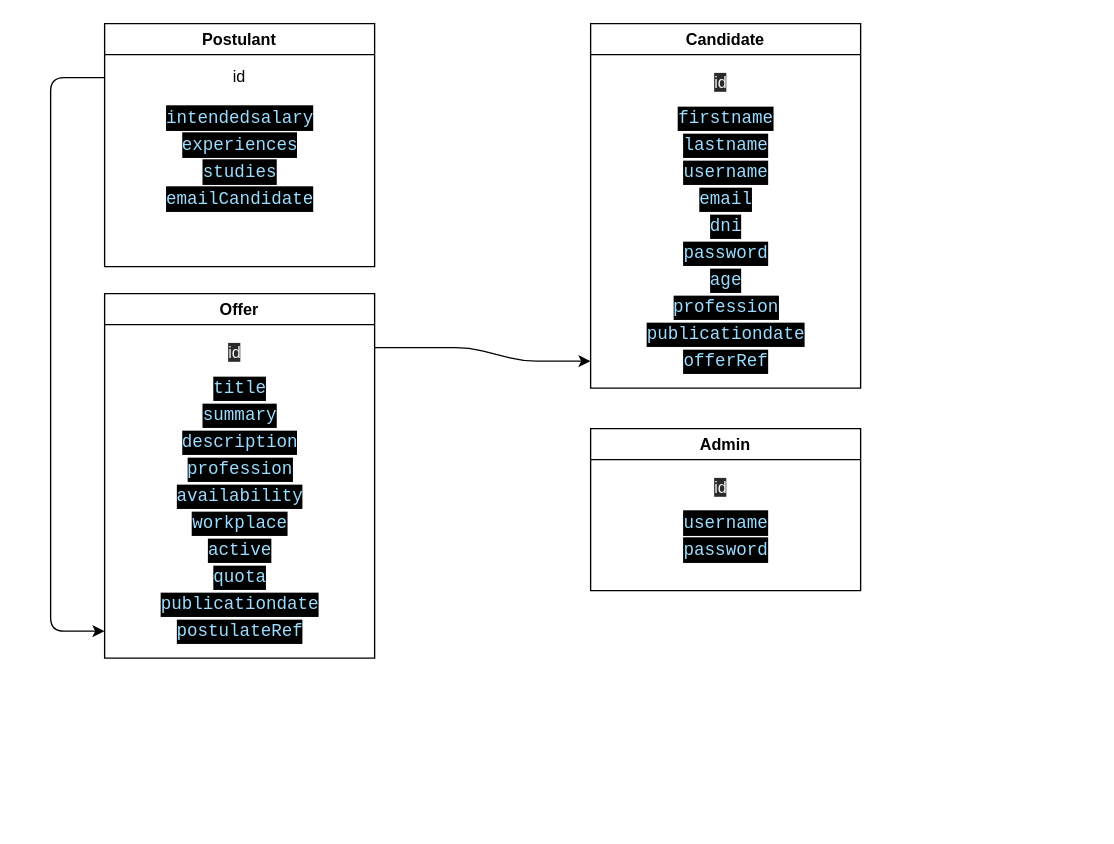
Earlier version of the draw.io diagram backend/models.drawio (gcpadilla/rc-fullstack-8d-final-jobs). Source tidied: cells renumbered, new cells numbered last; positions are measured from the earlier drawing's top-left corner, leaving out a move shared by most shapes. Both pictures are drawn from the tidied source at 135%, with x=0, y=0 at pixel (50, 23).
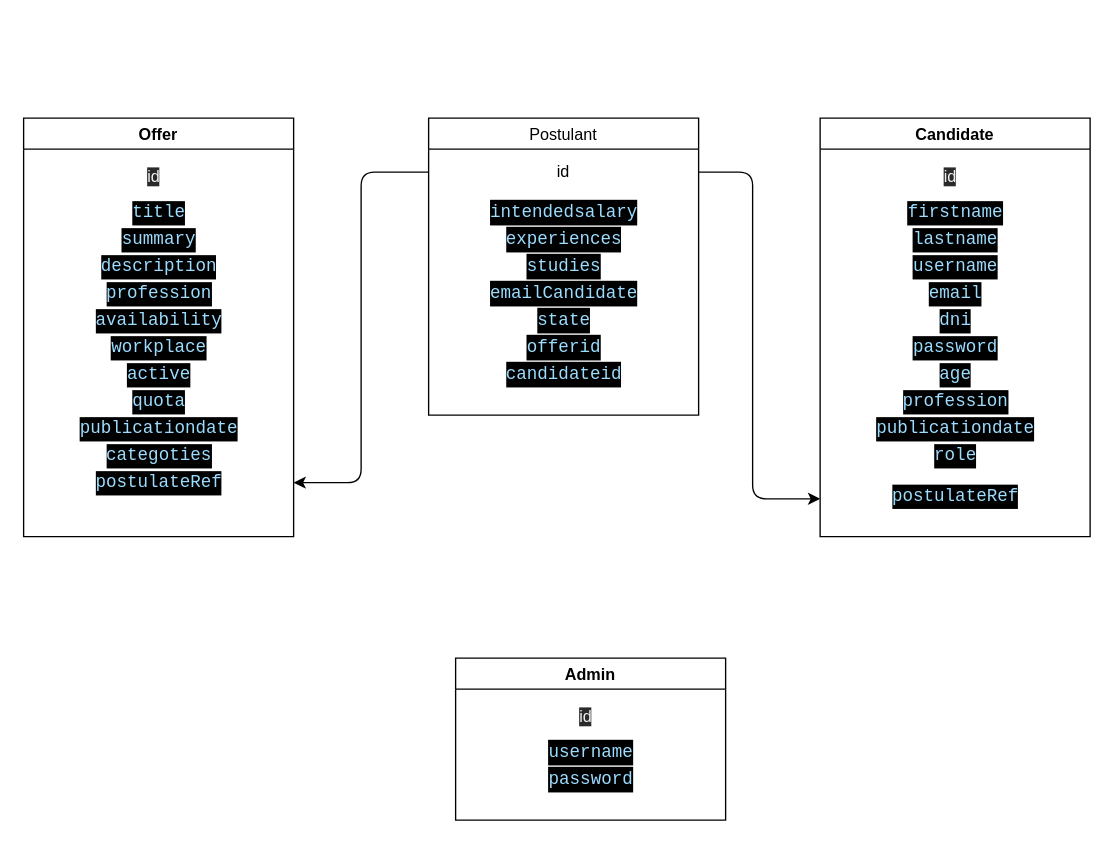
Above is the later version.

Diff of the diagram source:
```diff
@@
     <mxCell id="2" value="Offer" style="swimlane;" parent="1" vertex="1">
-      <mxGeometry x="40" y="200" width="200" height="270" as="geometry" />
+      <mxGeometry x="-20" y="70" width="200" height="310" as="geometry" />
     </mxCell>
@@
     <mxCell id="13" value="&lt;div style=&quot;color: rgb(255 , 255 , 255) ; background-color: rgb(0 , 0 , 0) ; font-family: &amp;#34;fira code retina&amp;#34; , &amp;#34;consolas&amp;#34; , &amp;#34;courier new&amp;#34; , monospace ; font-size: 13px ; line-height: 18px&quot;&gt;&lt;span style=&quot;color: #9cdcfe&quot;&gt;postulateRef&lt;/span&gt;&lt;/div&gt;" style="text;html=1;align=center;verticalAlign=middle;" parent="2" vertex="1">
-      <mxGeometry x="45" y="240" width="110" height="20" as="geometry" />
+      <mxGeometry x="45" y="260" width="110" height="20" as="geometry" />
     </mxCell>
+    <mxCell id="38" value="&lt;div style=&quot;color: rgb(255 , 255 , 255) ; background-color: rgb(0 , 0 , 0) ; font-family: &amp;#34;fira code retina&amp;#34; , &amp;#34;consolas&amp;#34; , &amp;#34;courier new&amp;#34; , monospace ; font-size: 13px ; line-height: 18px&quot;&gt;&lt;span style=&quot;color: #9cdcfe&quot;&gt;categoties&lt;/span&gt;&lt;/div&gt;" style="text;html=1;align=center;verticalAlign=middle;" parent="2" vertex="1">
+      <mxGeometry x="55" y="240" width="90" height="20" as="geometry" />
+    </mxCell>
-    <mxCell id="14" value="Postulant" style="swimlane;" parent="1" vertex="1">
-      <mxGeometry x="40" width="200" height="180" as="geometry" />
+    <mxCell id="14" value="Postulant" style="swimlane;fontStyle=0;" parent="1" vertex="1">
+      <mxGeometry x="280" y="70" width="200" height="220" as="geometry" />
     </mxCell>
@@
+    <mxCell id="39" value="&lt;div style=&quot;background-color: rgb(0 , 0 , 0) ; line-height: 18px&quot;&gt;&lt;font color=&quot;#9cdcfe&quot; face=&quot;fira code retina, consolas, courier new, monospace&quot;&gt;&lt;span style=&quot;font-size: 13px&quot;&gt;state&lt;/span&gt;&lt;/font&gt;&lt;br&gt;&lt;/div&gt;" style="text;html=1;align=center;verticalAlign=middle;" parent="14" vertex="1">
+      <mxGeometry x="70" y="140" width="60" height="20" as="geometry" />
+    </mxCell>
+    <mxCell id="40" value="&lt;div style=&quot;background-color: rgb(0 , 0 , 0) ; line-height: 18px&quot;&gt;&lt;font color=&quot;#9cdcfe&quot; face=&quot;fira code retina, consolas, courier new, monospace&quot;&gt;&lt;span style=&quot;font-size: 13px&quot;&gt;offerid&lt;/span&gt;&lt;/font&gt;&lt;br&gt;&lt;/div&gt;" style="text;html=1;align=center;verticalAlign=middle;" parent="14" vertex="1">
+      <mxGeometry x="65" y="160" width="70" height="20" as="geometry" />
+    </mxCell>
+    <mxCell id="41" value="&lt;div style=&quot;background-color: rgb(0 , 0 , 0) ; line-height: 18px&quot;&gt;&lt;font color=&quot;#9cdcfe&quot; face=&quot;fira code retina, consolas, courier new, monospace&quot;&gt;&lt;span style=&quot;font-size: 13px&quot;&gt;candidateid&lt;/span&gt;&lt;/font&gt;&lt;br&gt;&lt;/div&gt;" style="text;html=1;align=center;verticalAlign=middle;" parent="14" vertex="1">
+      <mxGeometry x="50" y="180" width="100" height="20" as="geometry" />
+    </mxCell>
     <mxCell id="20" value="Candidate" style="swimlane;" parent="1" vertex="1">
-      <mxGeometry x="400" width="200" height="270" as="geometry" />
+      <mxGeometry x="570" y="70" width="200" height="310" as="geometry" />
     </mxCell>
@@
-    <mxCell id="30" value="&lt;div style=&quot;color: rgb(255 , 255 , 255) ; background-color: rgb(0 , 0 , 0) ; font-family: &amp;#34;fira code retina&amp;#34; , &amp;#34;consolas&amp;#34; , &amp;#34;courier new&amp;#34; , monospace ; font-size: 13px ; line-height: 18px&quot;&gt;&lt;div style=&quot;font-family: &amp;#34;fira code retina&amp;#34; , &amp;#34;consolas&amp;#34; , &amp;#34;courier new&amp;#34; , monospace ; line-height: 18px&quot;&gt;&lt;span style=&quot;color: rgb(156 , 220 , 254)&quot;&gt;offerRef&lt;/span&gt;&lt;br&gt;&lt;/div&gt;&lt;/div&gt;" style="text;html=1;align=center;verticalAlign=middle;" parent="20" vertex="1">
-      <mxGeometry x="60" y="240" width="80" height="20" as="geometry" />
+    <mxCell id="30" value="&lt;div style=&quot;color: rgb(255 , 255 , 255) ; background-color: rgb(0 , 0 , 0) ; font-family: &amp;#34;fira code retina&amp;#34; , &amp;#34;consolas&amp;#34; , &amp;#34;courier new&amp;#34; , monospace ; font-size: 13px ; line-height: 18px&quot;&gt;&lt;div style=&quot;font-family: &amp;#34;fira code retina&amp;#34; , &amp;#34;consolas&amp;#34; , &amp;#34;courier new&amp;#34; , monospace ; line-height: 18px&quot;&gt;&lt;span style=&quot;color: rgb(156 , 220 , 254)&quot;&gt;postulateRef&lt;/span&gt;&lt;br&gt;&lt;/div&gt;&lt;/div&gt;" style="text;html=1;align=center;verticalAlign=middle;" parent="20" vertex="1">
+      <mxGeometry x="45" y="270" width="110" height="20" as="geometry" />
     </mxCell>
@@
+    <mxCell id="42" value="&lt;div style=&quot;color: rgb(255 , 255 , 255) ; background-color: rgb(0 , 0 , 0) ; font-family: &amp;#34;fira code retina&amp;#34; , &amp;#34;consolas&amp;#34; , &amp;#34;courier new&amp;#34; , monospace ; font-size: 13px ; line-height: 18px&quot;&gt;&lt;span style=&quot;color: #9cdcfe&quot;&gt;role&lt;/span&gt;&lt;/div&gt;" style="text;html=1;align=center;verticalAlign=middle;" parent="20" vertex="1">
+      <mxGeometry x="75" y="240" width="50" height="20" as="geometry" />
+    </mxCell>
     <mxCell id="32" value="Admin" style="swimlane;" parent="1" vertex="1">
-      <mxGeometry x="400" y="300" width="200" height="120" as="geometry" />
+      <mxGeometry x="300" y="470" width="200" height="120" as="geometry" />
     </mxCell>
@@
-    <mxCell id="36" style="endArrow=classic;html=1;" parent="1" edge="1">
-      <mxGeometry relative="1" as="geometry">
-        <mxPoint x="240" y="240" as="sourcePoint" />
-        <mxPoint x="400" y="250" as="targetPoint" />
-        <Array as="points">
-          <mxPoint x="310" y="240" />
-          <mxPoint x="350" y="250" />
-        </Array>
-      </mxGeometry>
-    </mxCell>
-    <mxCell id="37" style="endArrow=classic;html=1;" parent="1" edge="1">
-      <mxGeometry relative="1" as="geometry">
-        <mxPoint x="40" y="40" as="sourcePoint" />
-        <mxPoint x="40" y="450" as="targetPoint" />
-        <Array as="points">
-          <mxPoint y="40" />
-          <mxPoint y="450" />
-        </Array>
-      </mxGeometry>
-    </mxCell>
+    <mxCell id="43" style="endArrow=classic;html=1;" parent="1" edge="1">
+      <mxGeometry relative="1" as="geometry">
+        <mxPoint x="480" y="110" as="sourcePoint" />
+        <mxPoint x="570" y="352" as="targetPoint" />
+        <Array as="points">
+          <mxPoint x="520" y="110" />
+          <mxPoint x="520" y="352" />
+        </Array>
+      </mxGeometry>
+    </mxCell>
+    <mxCell id="44" style="endArrow=classic;html=1;" parent="1" edge="1">
+      <mxGeometry relative="1" as="geometry">
+        <mxPoint x="280" y="110" as="sourcePoint" />
+        <mxPoint x="180" y="340" as="targetPoint" />
+        <Array as="points">
+          <mxPoint x="230" y="110" />
+          <mxPoint x="230" y="340" />
+        </Array>
+      </mxGeometry>
+    </mxCell>
```
